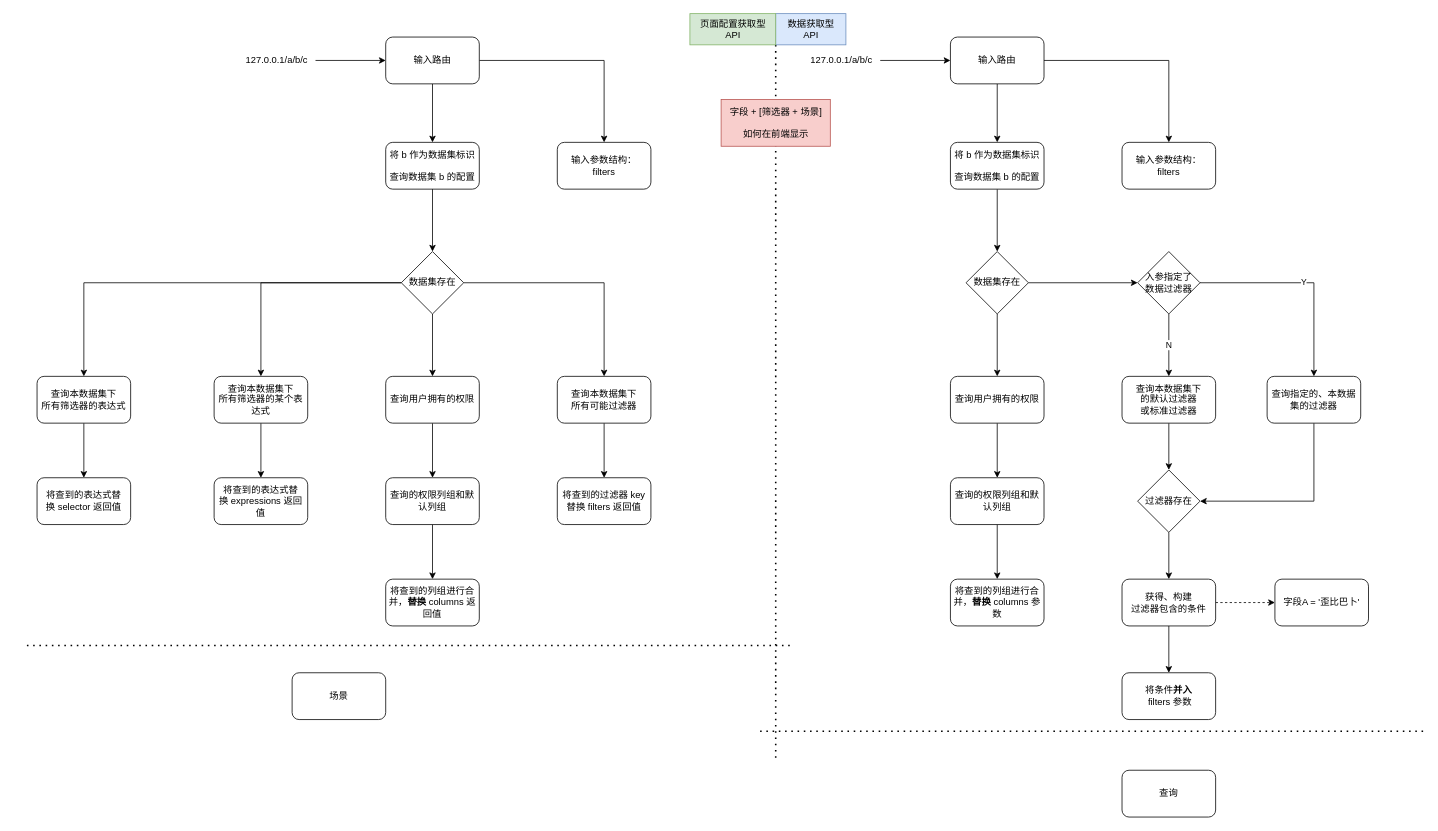
Above: page "Request Analyze" (5 of 6) of 结构分析.drawio in uiosun/diagrams (draw.io), before the change. Source tidied: cells renumbered, new cells numbered last; positions are measured from the earlier drawing's top-left corner, leaving out a move shared by most shapes. Both pictures are drawn from the tidied source at 78%, with x=0, y=0 at pixel (27, 13).
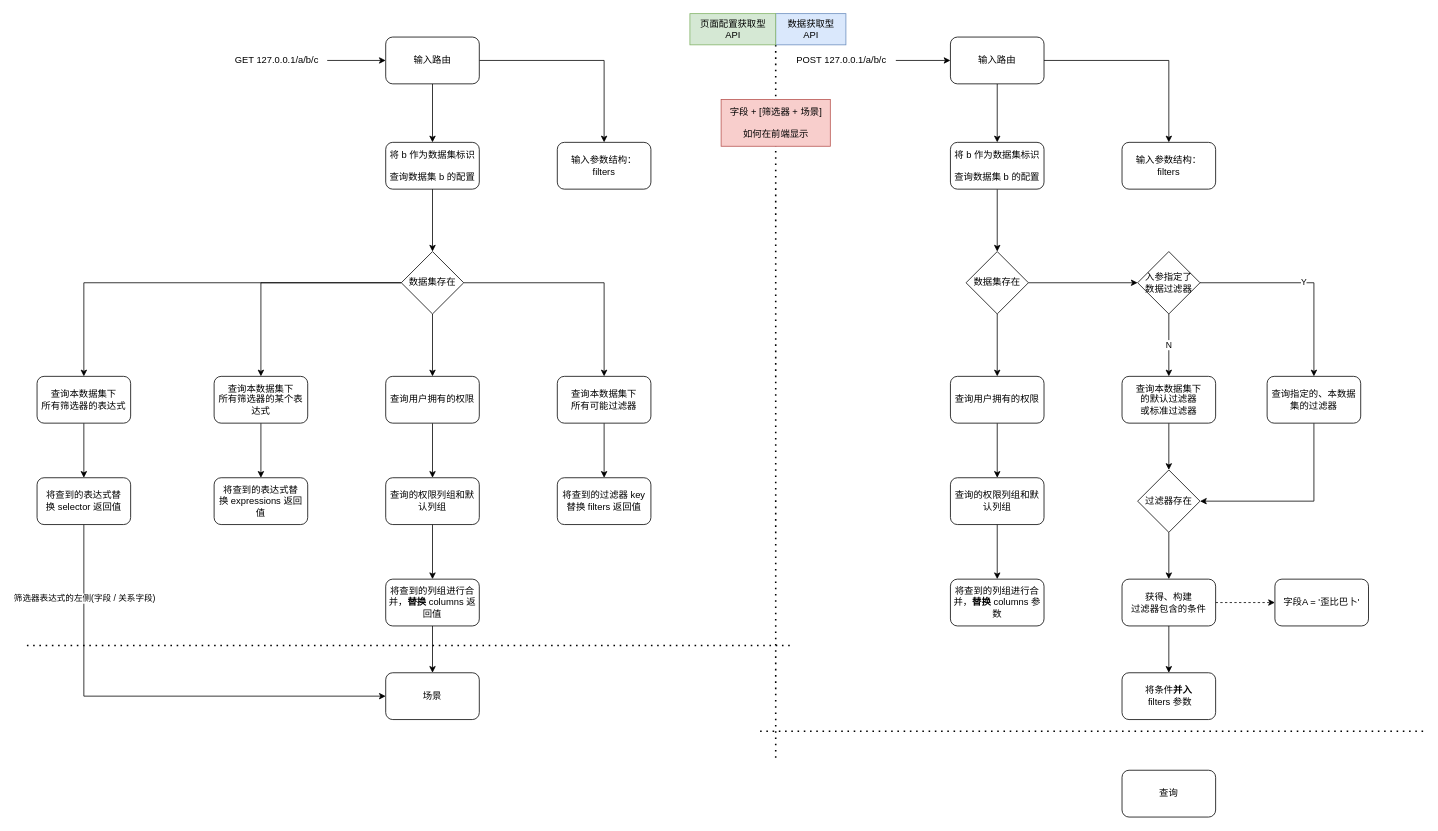
The same diagram, later.

The change refers to these unchanged cells:
```xml
<mxCell id="54" value="将查到的列组进行合并，&lt;b&gt;替换&lt;/b&gt; columns 返回值" style="rounded=1;whiteSpace=wrap;html=1;" parent="1" vertex="1">
  <mxGeometry x="460" y="725" width="120" height="60" as="geometry" />
</mxCell>
<mxCell id="63" value="将查到的表达式替换&amp;nbsp;selector 返回值" style="rounded=1;whiteSpace=wrap;html=1;" parent="1" vertex="1">
  <mxGeometry x="13" y="595" width="120" height="60" as="geometry" />
</mxCell>
```

The edit, as a diff of the source:
```diff
@@
-    <mxCell id="3" value="127.0.0.1/a/b/c" style="text;html=1;align=center;verticalAlign=middle;points=[];strokeColor=none;fillColor=none;" parent="1" vertex="1">
-      <mxGeometry x="994" y="45" width="100" height="30" as="geometry" />
+    <mxCell id="3" value="POST 127.0.0.1/a/b/c" style="text;html=1;align=center;verticalAlign=middle;points=[];strokeColor=none;fillColor=none;" parent="1" vertex="1">
+      <mxGeometry x="974" y="45" width="140" height="30" as="geometry" />
     </mxCell>
@@
     <mxCell id="33" value="场景" style="rounded=1;whiteSpace=wrap;html=1;" parent="1" vertex="1">
-      <mxGeometry x="340" y="845" width="120" height="60" as="geometry" />
+      <mxGeometry x="460" y="845" width="120" height="60" as="geometry" />
     </mxCell>
@@
-    <mxCell id="38" value="127.0.0.1/a/b/c" style="text;html=1;align=center;verticalAlign=middle;points=[];strokeColor=none;fillColor=none;" parent="1" vertex="1">
-      <mxGeometry x="270" y="45" width="100" height="30" as="geometry" />
+    <mxCell id="38" value="GET 127.0.0.1/a/b/c" style="text;html=1;align=center;verticalAlign=middle;points=[];strokeColor=none;fillColor=none;" parent="1" vertex="1">
+      <mxGeometry x="255" y="45" width="130" height="30" as="geometry" />
     </mxCell>
@@
+    <mxCell id="67" style="edgeStyle=orthogonalEdgeStyle;rounded=0;jettySize=auto;html=1;" parent="1" edge="1" source="54" target="33">
+      <mxGeometry relative="1" as="geometry" />
+    </mxCell>
@@
+    <mxCell id="68" style="edgeStyle=orthogonalEdgeStyle;rounded=0;jettySize=auto;html=1;" parent="1" edge="1" source="63" target="33">
+      <mxGeometry relative="1" as="geometry">
+        <Array as="points">
+          <mxPoint x="73" y="875" />
+        </Array>
+      </mxGeometry>
+    </mxCell>
+    <mxCell id="69" value="筛选器表达式的左侧(字段 /&amp;nbsp;关系字段)" style="edgeLabel;html=1;align=center;verticalAlign=middle;" parent="68" vertex="1">
+      <mxGeometry x="-0.73" y="2" relative="1" as="geometry">
+        <mxPoint x="-2" y="12" as="offset" />
+      </mxGeometry>
+    </mxCell>
```
